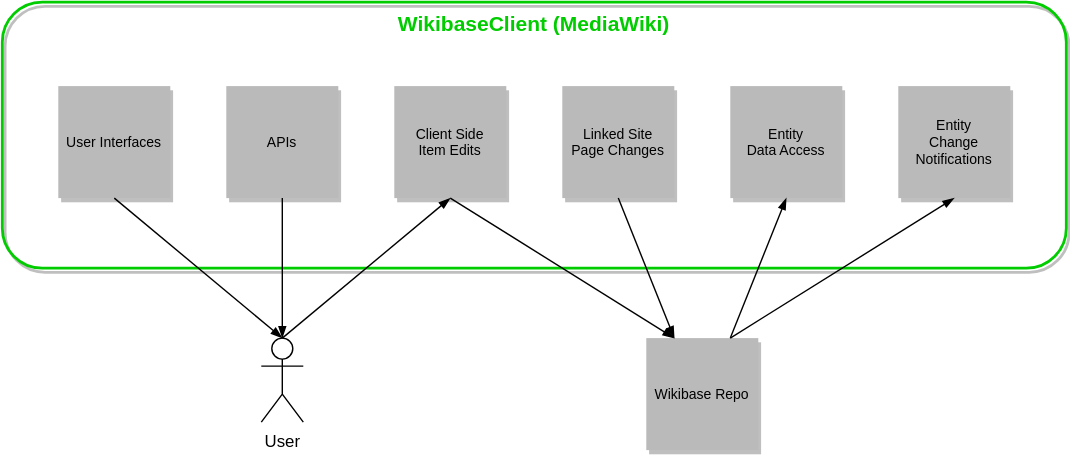
This is systems/WikibaseClient/diagrams/05-building-blocks.drawio.svg from wmde/wikidata-wikibase-architecture, a draw.io export, as it was before one commit. Source tidied: cells renumbered, new cells last; positions are measured from the earlier drawing's top-left corner, leaving out a move shared by most shapes. Source of this version:
```xml
<mxGraphModel>
  <root>
    <mxCell id="0" />
    <mxCell id="1" parent="0" />
    <mxCell id="2" value="WikibaseClient (MediaWiki)" style="rounded=1;shadow=1;fontSize=15;fillColor=none;strokeColor=#00CC00;strokeWidth=2;fontColor=#00CC00;fontStyle=1;labelBorderColor=none;labelBackgroundColor=none;horizontal=1;verticalAlign=top;" parent="1" vertex="1">
      <mxGeometry width="760" height="190" as="geometry" />
    </mxCell>
    <mxCell id="3" value="Client Side&#10;Entity Edits" style="rounded=0;shadow=1;fontSize=10;fontColor=#000000;strokeColor=none;direction=west;fillColor=#BABABA;" parent="1" vertex="1">
      <mxGeometry x="280" y="60" width="80" height="80" as="geometry" />
    </mxCell>
    <mxCell id="4" value="Linked Site&#10;Page Changes" style="rounded=0;shadow=1;fontSize=10;fontColor=#000000;strokeColor=none;direction=west;fillColor=#BABABA;" parent="1" vertex="1">
      <mxGeometry x="400" y="60" width="80" height="80" as="geometry" />
    </mxCell>
    <mxCell id="5" style="endArrow=blockThin;html=1;strokeColor=#000000;fontSize=10;fontColor=#000000;strokeWidth=1;exitX=0.5;exitY=0;exitDx=0;exitDy=0;endFill=1;entryX=0.75;entryY=1;entryDx=0;entryDy=0;" parent="1" edge="1" source="4" target="6">
      <mxGeometry relative="1" as="geometry" />
    </mxCell>
    <mxCell id="6" value="Wikibase Repo" style="rounded=0;shadow=1;fontSize=10;fontColor=#000000;strokeColor=none;direction=west;fillColor=#BABABA;" parent="1" vertex="1">
      <mxGeometry x="460" y="240" width="80" height="80" as="geometry" />
    </mxCell>
    <mxCell id="7" style="endArrow=blockThin;html=1;strokeColor=#000000;fontSize=10;fontColor=#000000;strokeWidth=1;exitX=0.5;exitY=0;exitDx=0;exitDy=0;endFill=1;entryX=0.75;entryY=1;entryDx=0;entryDy=0;" parent="1" edge="1" source="3" target="6">
      <mxGeometry relative="1" as="geometry" />
    </mxCell>
    <mxCell id="8" value="Entity&#10;Data Access" style="rounded=0;shadow=1;fontSize=10;fontColor=#000000;strokeColor=none;direction=west;fillColor=#BABABA;" parent="1" vertex="1">
      <mxGeometry x="520" y="60" width="80" height="80" as="geometry" />
    </mxCell>
    <mxCell id="9" style="endArrow=blockThin;html=1;strokeColor=#000000;fontSize=10;fontColor=#000000;strokeWidth=1;endFill=1;entryX=0.5;entryY=0;entryDx=0;entryDy=0;exitX=0.25;exitY=1;exitDx=0;exitDy=0;" parent="1" edge="1" source="6" target="8">
      <mxGeometry relative="1" as="geometry" />
    </mxCell>
    <mxCell id="10" value="Entity&#10;Change&#10;Notifications" style="rounded=0;shadow=1;fontSize=10;fontColor=#000000;strokeColor=none;direction=west;fillColor=#BABABA;" parent="1" vertex="1">
      <mxGeometry x="640" y="60" width="80" height="80" as="geometry" />
    </mxCell>
    <mxCell id="11" style="endArrow=blockThin;html=1;strokeColor=#000000;fontSize=10;fontColor=#000000;strokeWidth=1;endFill=1;entryX=0.5;entryY=0;entryDx=0;entryDy=0;exitX=0.25;exitY=1;exitDx=0;exitDy=0;" parent="1" edge="1" source="6" target="10">
      <mxGeometry relative="1" as="geometry" />
    </mxCell>
    <mxCell id="12" value="User Interfaces" style="rounded=0;shadow=1;fontSize=10;fontColor=#000000;strokeColor=none;direction=west;fillColor=#BABABA;" parent="1" vertex="1">
      <mxGeometry x="40" y="60" width="80" height="80" as="geometry" />
    </mxCell>
    <mxCell id="13" value="APIs" style="rounded=0;shadow=1;fontSize=10;fontColor=#000000;strokeColor=none;direction=west;fillColor=#BABABA;" parent="1" vertex="1">
      <mxGeometry x="160" y="60" width="80" height="80" as="geometry" />
    </mxCell>
    <mxCell id="14" value="User" style="shape=umlActor;verticalLabelPosition=bottom;verticalAlign=top;html=1;outlineConnect=0;" parent="1" vertex="1">
      <mxGeometry x="185" y="240" width="30" height="60" as="geometry" />
    </mxCell>
    <mxCell id="15" style="endArrow=none;html=1;strokeColor=#000000;fontSize=10;fontColor=#000000;strokeWidth=1;endFill=0;exitX=0.5;exitY=0;exitDx=0;exitDy=0;entryX=0.5;entryY=0;entryDx=0;entryDy=0;exitPerimeter=0;startArrow=blockThin;startFill=1;" parent="1" edge="1" source="14" target="12">
      <mxGeometry relative="1" as="geometry" />
    </mxCell>
    <mxCell id="16" style="endArrow=none;html=1;strokeColor=#000000;fontSize=10;fontColor=#000000;strokeWidth=1;endFill=0;exitX=0.5;exitY=0;exitDx=0;exitDy=0;entryX=0.5;entryY=0;entryDx=0;entryDy=0;exitPerimeter=0;startArrow=blockThin;startFill=1;" parent="1" edge="1" source="14" target="13">
      <mxGeometry relative="1" as="geometry" />
    </mxCell>
    <mxCell id="17" style="endArrow=blockThin;html=1;strokeColor=#000000;fontSize=10;fontColor=#000000;strokeWidth=1;endFill=1;entryX=0.5;entryY=0;entryDx=0;entryDy=0;exitX=0.5;exitY=0;exitDx=0;exitDy=0;exitPerimeter=0;" parent="1" edge="1" source="14" target="3">
      <mxGeometry relative="1" as="geometry" />
    </mxCell>
  </root>
</mxGraphModel>
```
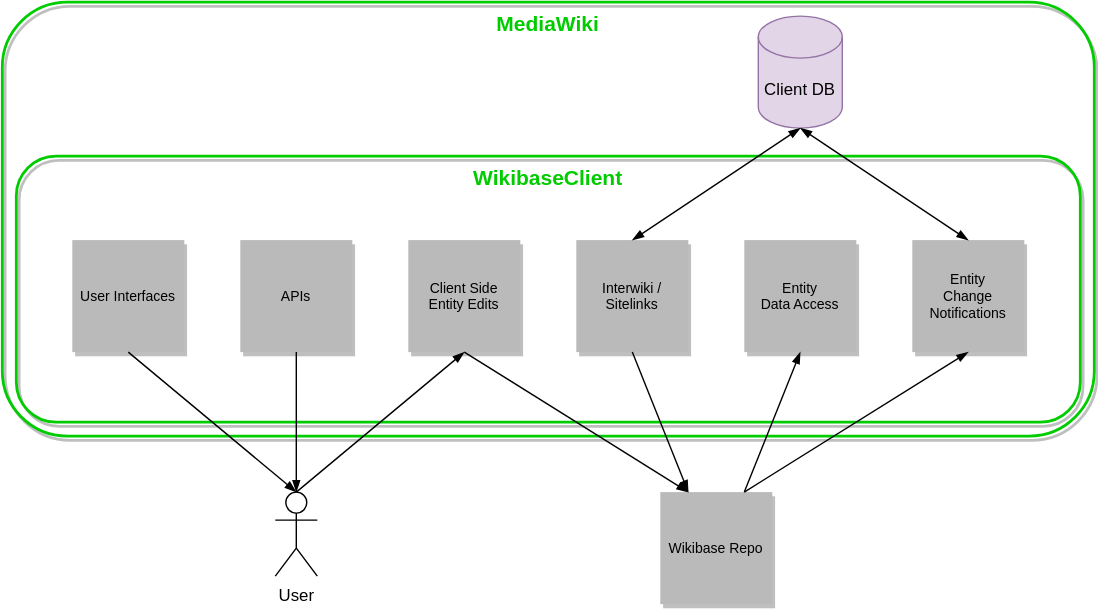
The same diagram one commit later.

Commit message:
Add maintenance script to Client Building Blocks

The edit, as a diff of the source:
```diff
@@ -2,13 +2,16 @@
   <root>
     <mxCell id="0" />
     <mxCell id="1" parent="0" />
+    <mxCell id="18" value="MediaWiki" style="rounded=1;shadow=1;fontSize=15;fillColor=none;strokeColor=#00CC00;strokeWidth=2;fontColor=#00CC00;fontStyle=1;labelBorderColor=none;labelBackgroundColor=none;horizontal=1;verticalAlign=top;" parent="1" vertex="1">
+      <mxGeometry x="-10" y="-110" width="780" height="310" as="geometry" />
+    </mxCell>
-    <mxCell id="2" value="WikibaseClient (MediaWiki)" style="rounded=1;shadow=1;fontSize=15;fillColor=none;strokeColor=#00CC00;strokeWidth=2;fontColor=#00CC00;fontStyle=1;labelBorderColor=none;labelBackgroundColor=none;horizontal=1;verticalAlign=top;" parent="1" vertex="1">
+    <mxCell id="2" value="WikibaseClient" style="rounded=1;shadow=1;fontSize=15;fillColor=none;strokeColor=#00CC00;strokeWidth=2;fontColor=#00CC00;fontStyle=1;labelBorderColor=none;labelBackgroundColor=none;horizontal=1;verticalAlign=top;" parent="1" vertex="1">
       <mxGeometry width="760" height="190" as="geometry" />
     </mxCell>
     <mxCell id="3" value="Client Side&#10;Entity Edits" style="rounded=0;shadow=1;fontSize=10;fontColor=#000000;strokeColor=none;direction=west;fillColor=#BABABA;" parent="1" vertex="1">
       <mxGeometry x="280" y="60" width="80" height="80" as="geometry" />
     </mxCell>
-    <mxCell id="4" value="Linked Site&#10;Page Changes" style="rounded=0;shadow=1;fontSize=10;fontColor=#000000;strokeColor=none;direction=west;fillColor=#BABABA;" parent="1" vertex="1">
+    <mxCell id="4" value="Interwiki /&#10;Sitelinks" style="rounded=0;shadow=1;fontSize=10;fontColor=#000000;strokeColor=none;direction=west;fillColor=#BABABA;" parent="1" vertex="1">
       <mxGeometry x="400" y="60" width="80" height="80" as="geometry" />
     </mxCell>
     <mxCell id="5" style="endArrow=blockThin;html=1;strokeColor=#000000;fontSize=10;fontColor=#000000;strokeWidth=1;exitX=0.5;exitY=0;exitDx=0;exitDy=0;endFill=1;entryX=0.75;entryY=1;entryDx=0;entryDy=0;" parent="1" edge="1" source="4" target="6">
@@ -50,5 +53,14 @@
     <mxCell id="17" style="endArrow=blockThin;html=1;strokeColor=#000000;fontSize=10;fontColor=#000000;strokeWidth=1;endFill=1;entryX=0.5;entryY=0;entryDx=0;entryDy=0;exitX=0.5;exitY=0;exitDx=0;exitDy=0;exitPerimeter=0;" parent="1" edge="1" source="14" target="3">
       <mxGeometry relative="1" as="geometry" />
     </mxCell>
+    <mxCell id="19" value="Client DB" style="shape=cylinder3;whiteSpace=wrap;html=1;boundedLbl=1;backgroundOutline=1;size=15;fillColor=#E1D5E7;strokeColor=#9673A6;" parent="1" vertex="1">
+      <mxGeometry x="530" y="-100" width="60" height="80" as="geometry" />
+    </mxCell>
+    <mxCell id="20" style="endArrow=blockThin;html=1;strokeColor=#000000;fontSize=10;fontColor=#000000;strokeWidth=1;endFill=1;entryX=0.5;entryY=1;entryDx=0;entryDy=0;entryPerimeter=0;exitX=0.5;exitY=1;exitDx=0;exitDy=0;startArrow=blockThin;startFill=1;" parent="1" edge="1" source="10" target="19">
+      <mxGeometry relative="1" as="geometry" />
+    </mxCell>
+    <mxCell id="21" style="endArrow=blockThin;html=1;strokeColor=#000000;fontSize=10;fontColor=#000000;strokeWidth=1;endFill=1;entryX=0.5;entryY=1;entryDx=0;entryDy=0;entryPerimeter=0;exitX=0.5;exitY=1;exitDx=0;exitDy=0;startArrow=blockThin;startFill=1;" parent="1" edge="1" source="4" target="19">
+      <mxGeometry relative="1" as="geometry" />
+    </mxCell>
   </root>
 </mxGraphModel>
```
